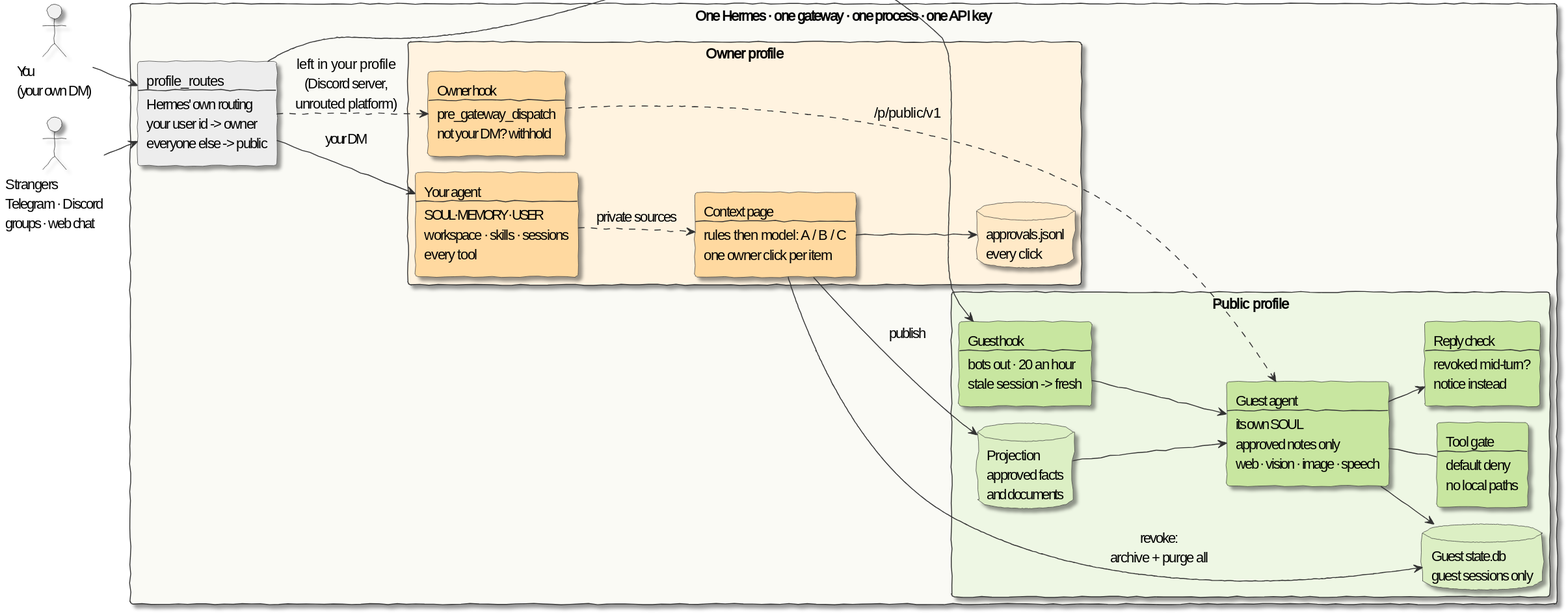
This is docs/diagrams/overview.svg from dotv-7/salts-secrets-plugin, a PlantUML export, as it was before one commit.
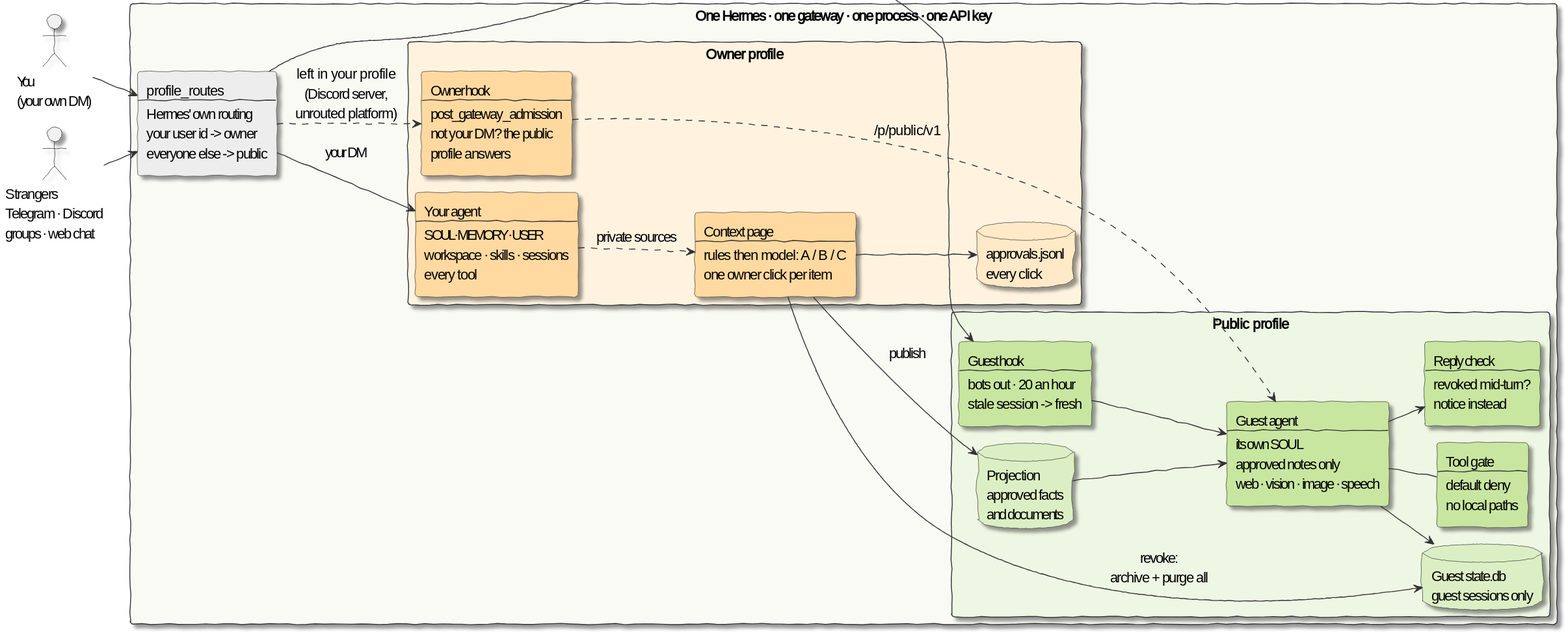
The same diagram one commit later.

Change to the diagram source:
```diff
@@ -22,7 +22,7 @@
   rectangle "profile_routes\n--\nHermes' own routing\nyour user id -> owner\neveryone else -> public" as routes #EDEDED
   rectangle "Owner profile" #FFF3E0 {
     rectangle "Your agent\n--\nSOUL · MEMORY · USER\nworkspace · skills · sessions\nevery tool" as oagent #FFD9A0
-    rectangle "Owner hook\n--\npre_gateway_dispatch\nnot your DM? withhold" as ohook #FFD9A0
+    rectangle "Owner hook\n--\npost_gateway_admission\nnot your DM? the public\nprofile answers" as ohook #FFD9A0
     rectangle "Context page\n--\nrules then model: A / B / C\none owner click per item" as board #FFD9A0
     database "approvals.jsonl\nevery click" as log #FFE9C7
   }
```
